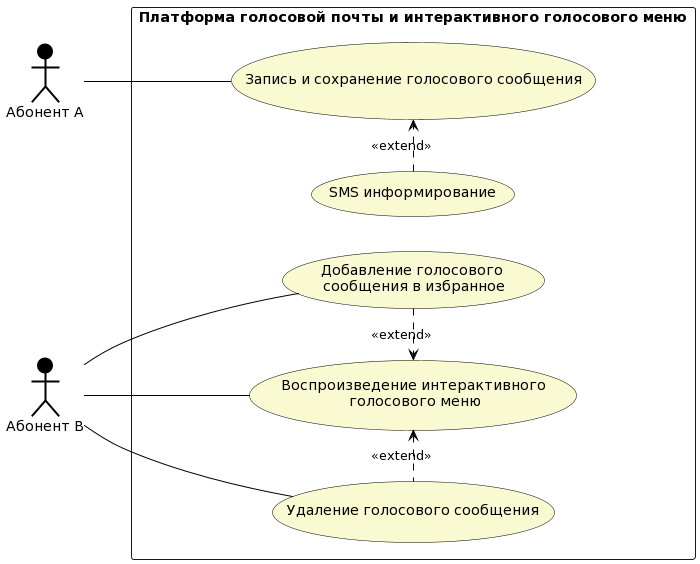
Before: Пример Use case диаграммы.png, a diagram exported from PlantUML (alexey-y-ivanov/portfolio-for-system-analysis).
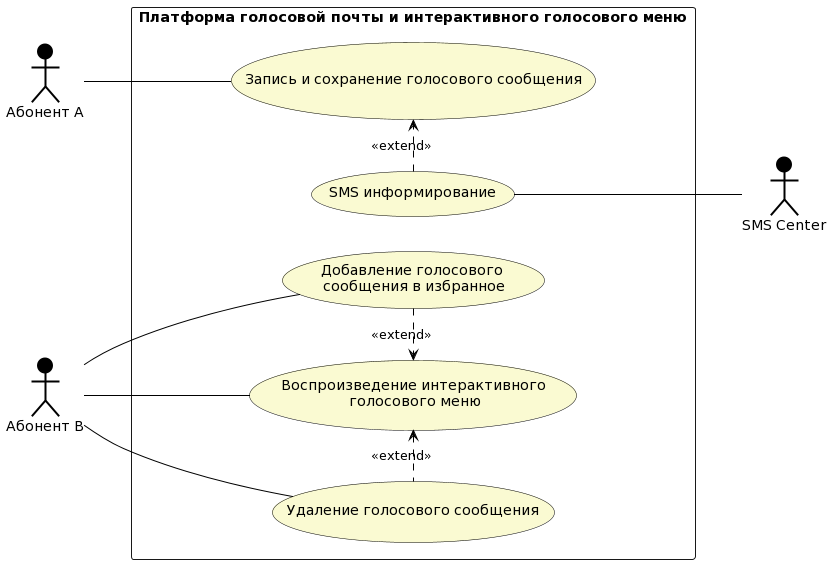
Later version of the same file.

Commit message:
Edit the use case diagram

Change to the diagram source:
```diff
@@ -3,6 +3,7 @@
 skinparam packageStyle rectangle
 actor "Абонент А" as a1 #black;line:black;line.bold;text:black
 actor "Абонент B" as a2 #black;line:black;line.bold;text:black
+actor "SMS Center" as a3 #black;line:black;line.bold;text:black
 rectangle "Платформа голосовой почты и интерактивного голосового меню"  {
 
 (Запись и сохранение голосового сообщения) as uc1 #line:black;text:black;back:fafad2
@@ -18,6 +19,7 @@
 a2 -- uc3 #line:black
 a2 -- uc4 #line:black
 a2 -- uc5 #line:black
+uc2 -- a3 #line:black
 uc1 <.left. uc2  #line:black : <<extend>>
 uc3 <.right. uc4  #line:black : <<extend>>
 uc3 <.left. uc5  #line:black : <<extend>>
```
